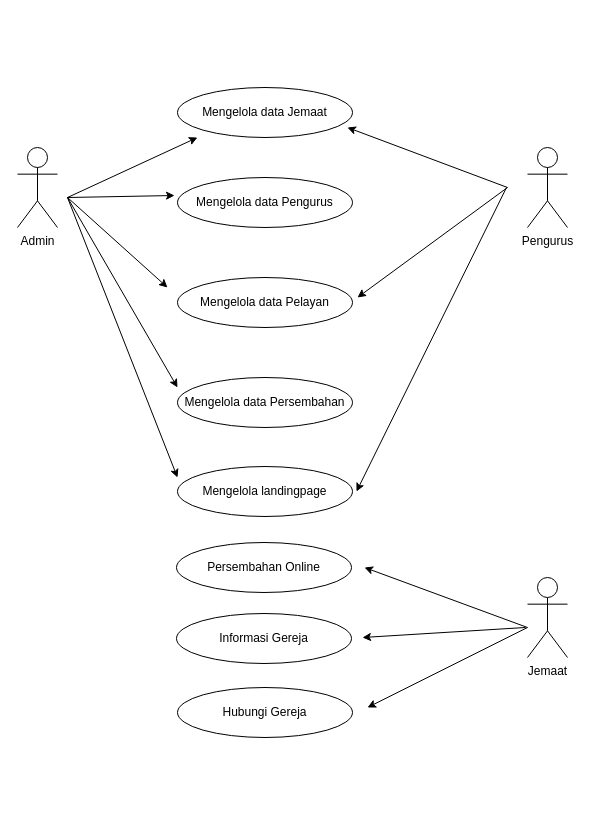
alhidayah-projects/.github keeps this draw.io diagram as page "Page-2" (2 of 2) of Diagram Tanpa Judul.drawio. Above is the earlier version. Source tidied: cells renumbered, new cells numbered last; positions are measured from the earlier drawing's top-left corner, leaving out a move shared by most shapes. Both pictures are drawn from the tidied source at 100%, with x=0, y=0 at pixel (17, 87).
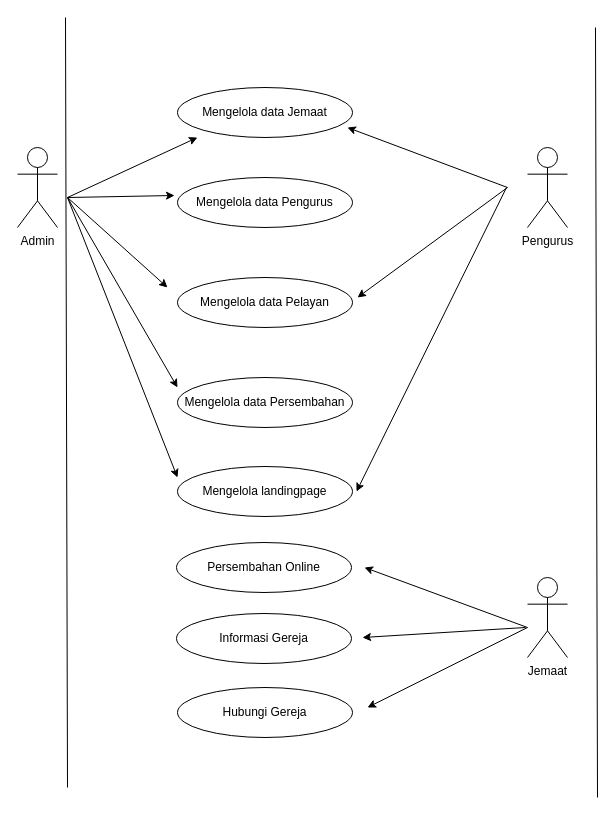
The same page after the edit.

Diff of the diagram source:
```diff
@@
+    <mxCell id="24" style="endArrow=none;html=1;rounded=0;" parent="1" edge="1">
+      <mxGeometry relative="1" as="geometry">
+        <mxPoint x="50" y="700" as="sourcePoint" />
+        <mxPoint x="48" y="-70" as="targetPoint" />
+      </mxGeometry>
+    </mxCell>
+    <mxCell id="25" style="endArrow=none;html=1;rounded=0;" parent="1" edge="1">
+      <mxGeometry relative="1" as="geometry">
+        <mxPoint x="580" y="710" as="sourcePoint" />
+        <mxPoint x="578" y="-60" as="targetPoint" />
+      </mxGeometry>
+    </mxCell>
```
